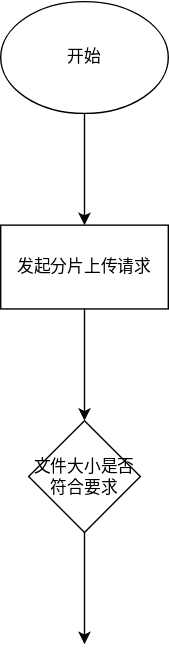
Earlier version of the draw.io export goudong-file-server/README.assets/文件分片上传.svg (GitHubFeiLong/goudong-java). Source tidied: cells renumbered, new cells last; positions are measured from the earlier drawing's top-left corner, leaving out a move shared by most shapes.
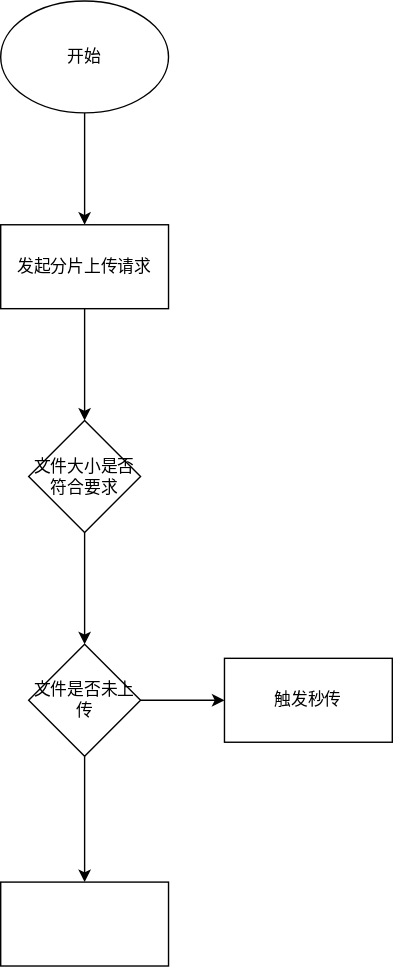
Above is the later version.

Commit message:
分片上传开始了

Change to the diagram source:
```diff
@@ -14,13 +14,26 @@
     <mxCell id="5" value="发起分片上传请求" style="rounded=0;whiteSpace=wrap;html=1;" parent="1" vertex="1">
       <mxGeometry y="160" width="120" height="60" as="geometry" />
     </mxCell>
-    <mxCell id="6" style="edgeStyle=orthogonalEdgeStyle;rounded=0;jettySize=auto;html=1;" parent="1" edge="1" source="7">
-      <mxGeometry relative="1" as="geometry">
-        <mxPoint x="60" y="460" as="targetPoint" />
-      </mxGeometry>
+    <mxCell id="6" style="edgeStyle=orthogonalEdgeStyle;rounded=0;jettySize=auto;html=1;entryX=0.5;entryY=0;entryDx=0;entryDy=0;entryPerimeter=0;" parent="1" edge="1" source="7" target="10">
+      <mxGeometry relative="1" as="geometry" />
     </mxCell>
     <mxCell id="7" value="文件大小是否符合要求" style="rhombus;whiteSpace=wrap;html=1;" parent="1" vertex="1">
       <mxGeometry x="20" y="300" width="80" height="80" as="geometry" />
     </mxCell>
+    <mxCell id="8" style="edgeStyle=orthogonalEdgeStyle;rounded=0;jettySize=auto;html=1;entryX=0.5;entryY=0;entryDx=0;entryDy=0;" parent="1" edge="1" source="10" target="12">
+      <mxGeometry relative="1" as="geometry" />
+    </mxCell>
+    <mxCell id="9" style="edgeStyle=orthogonalEdgeStyle;rounded=0;jettySize=auto;html=1;" parent="1" edge="1" source="10" target="11">
+      <mxGeometry relative="1" as="geometry" />
+    </mxCell>
+    <mxCell id="10" value="文件是否未上传" style="rhombus;whiteSpace=wrap;html=1;" parent="1" vertex="1">
+      <mxGeometry x="20" y="460" width="80" height="80" as="geometry" />
+    </mxCell>
+    <mxCell id="11" value="&lt;span&gt;触发秒传&lt;/span&gt;" style="whiteSpace=wrap;html=1;" parent="1" vertex="1">
+      <mxGeometry x="160" y="470" width="120" height="60" as="geometry" />
+    </mxCell>
+    <mxCell id="12" style="rounded=0;whiteSpace=wrap;html=1;" parent="1" vertex="1">
+      <mxGeometry y="630" width="120" height="60" as="geometry" />
+    </mxCell>
   </root>
 </mxGraphModel>
```
